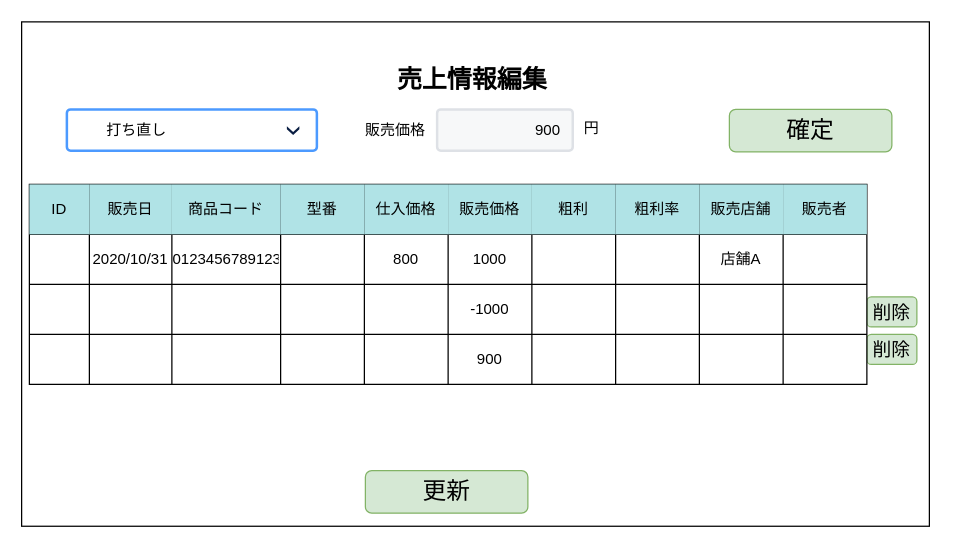
Earlier version of the draw.io diagram page "S04-03 売上情報編集" (3 of 3) of 各種設計書/6.画面設計書/S04_売上マスタ.drawio (HaruShim/Sotuken). Source tidied: cells renumbered, new cells numbered last; positions are measured from the earlier drawing's top-left corner, leaving out a move shared by most shapes. Both pictures are drawn from the tidied source at 125%, with x=0, y=0 at pixel (21, 21). Pictures stored in the file or linked from it are replaced by grey dashed boxes.
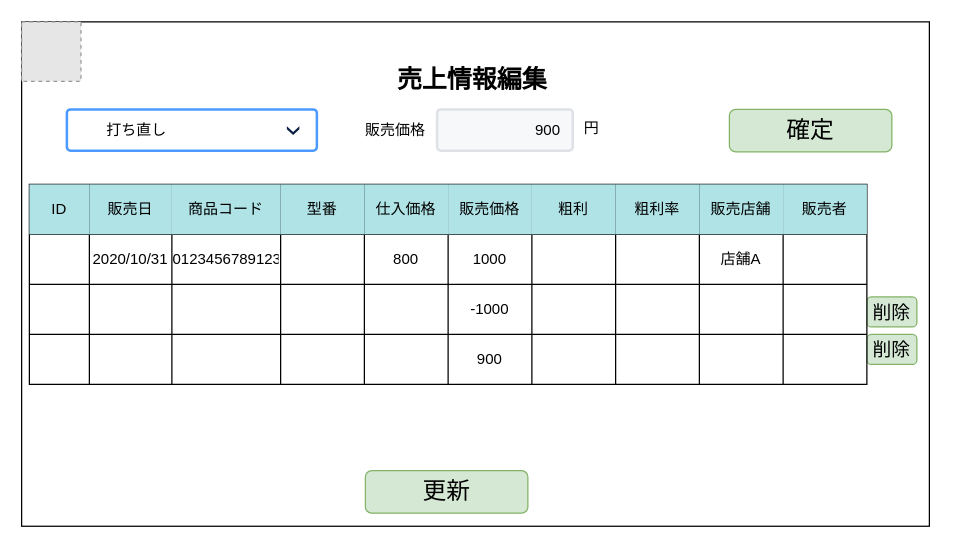
After the change.

Diff of the diagram source:
```diff
@@
+    <mxCell id="58" style="fillColor=#E6E6E6;strokeColor=#999999;dashed=1;html=1;verticalAlign=top;verticalLabelPosition=bottom;labelBackgroundColor=#ffffff;" parent="1" vertex="1">
+      <mxGeometry x="-0.2" width="47.5" height="47.5" as="geometry" />
+    </mxCell>
```
